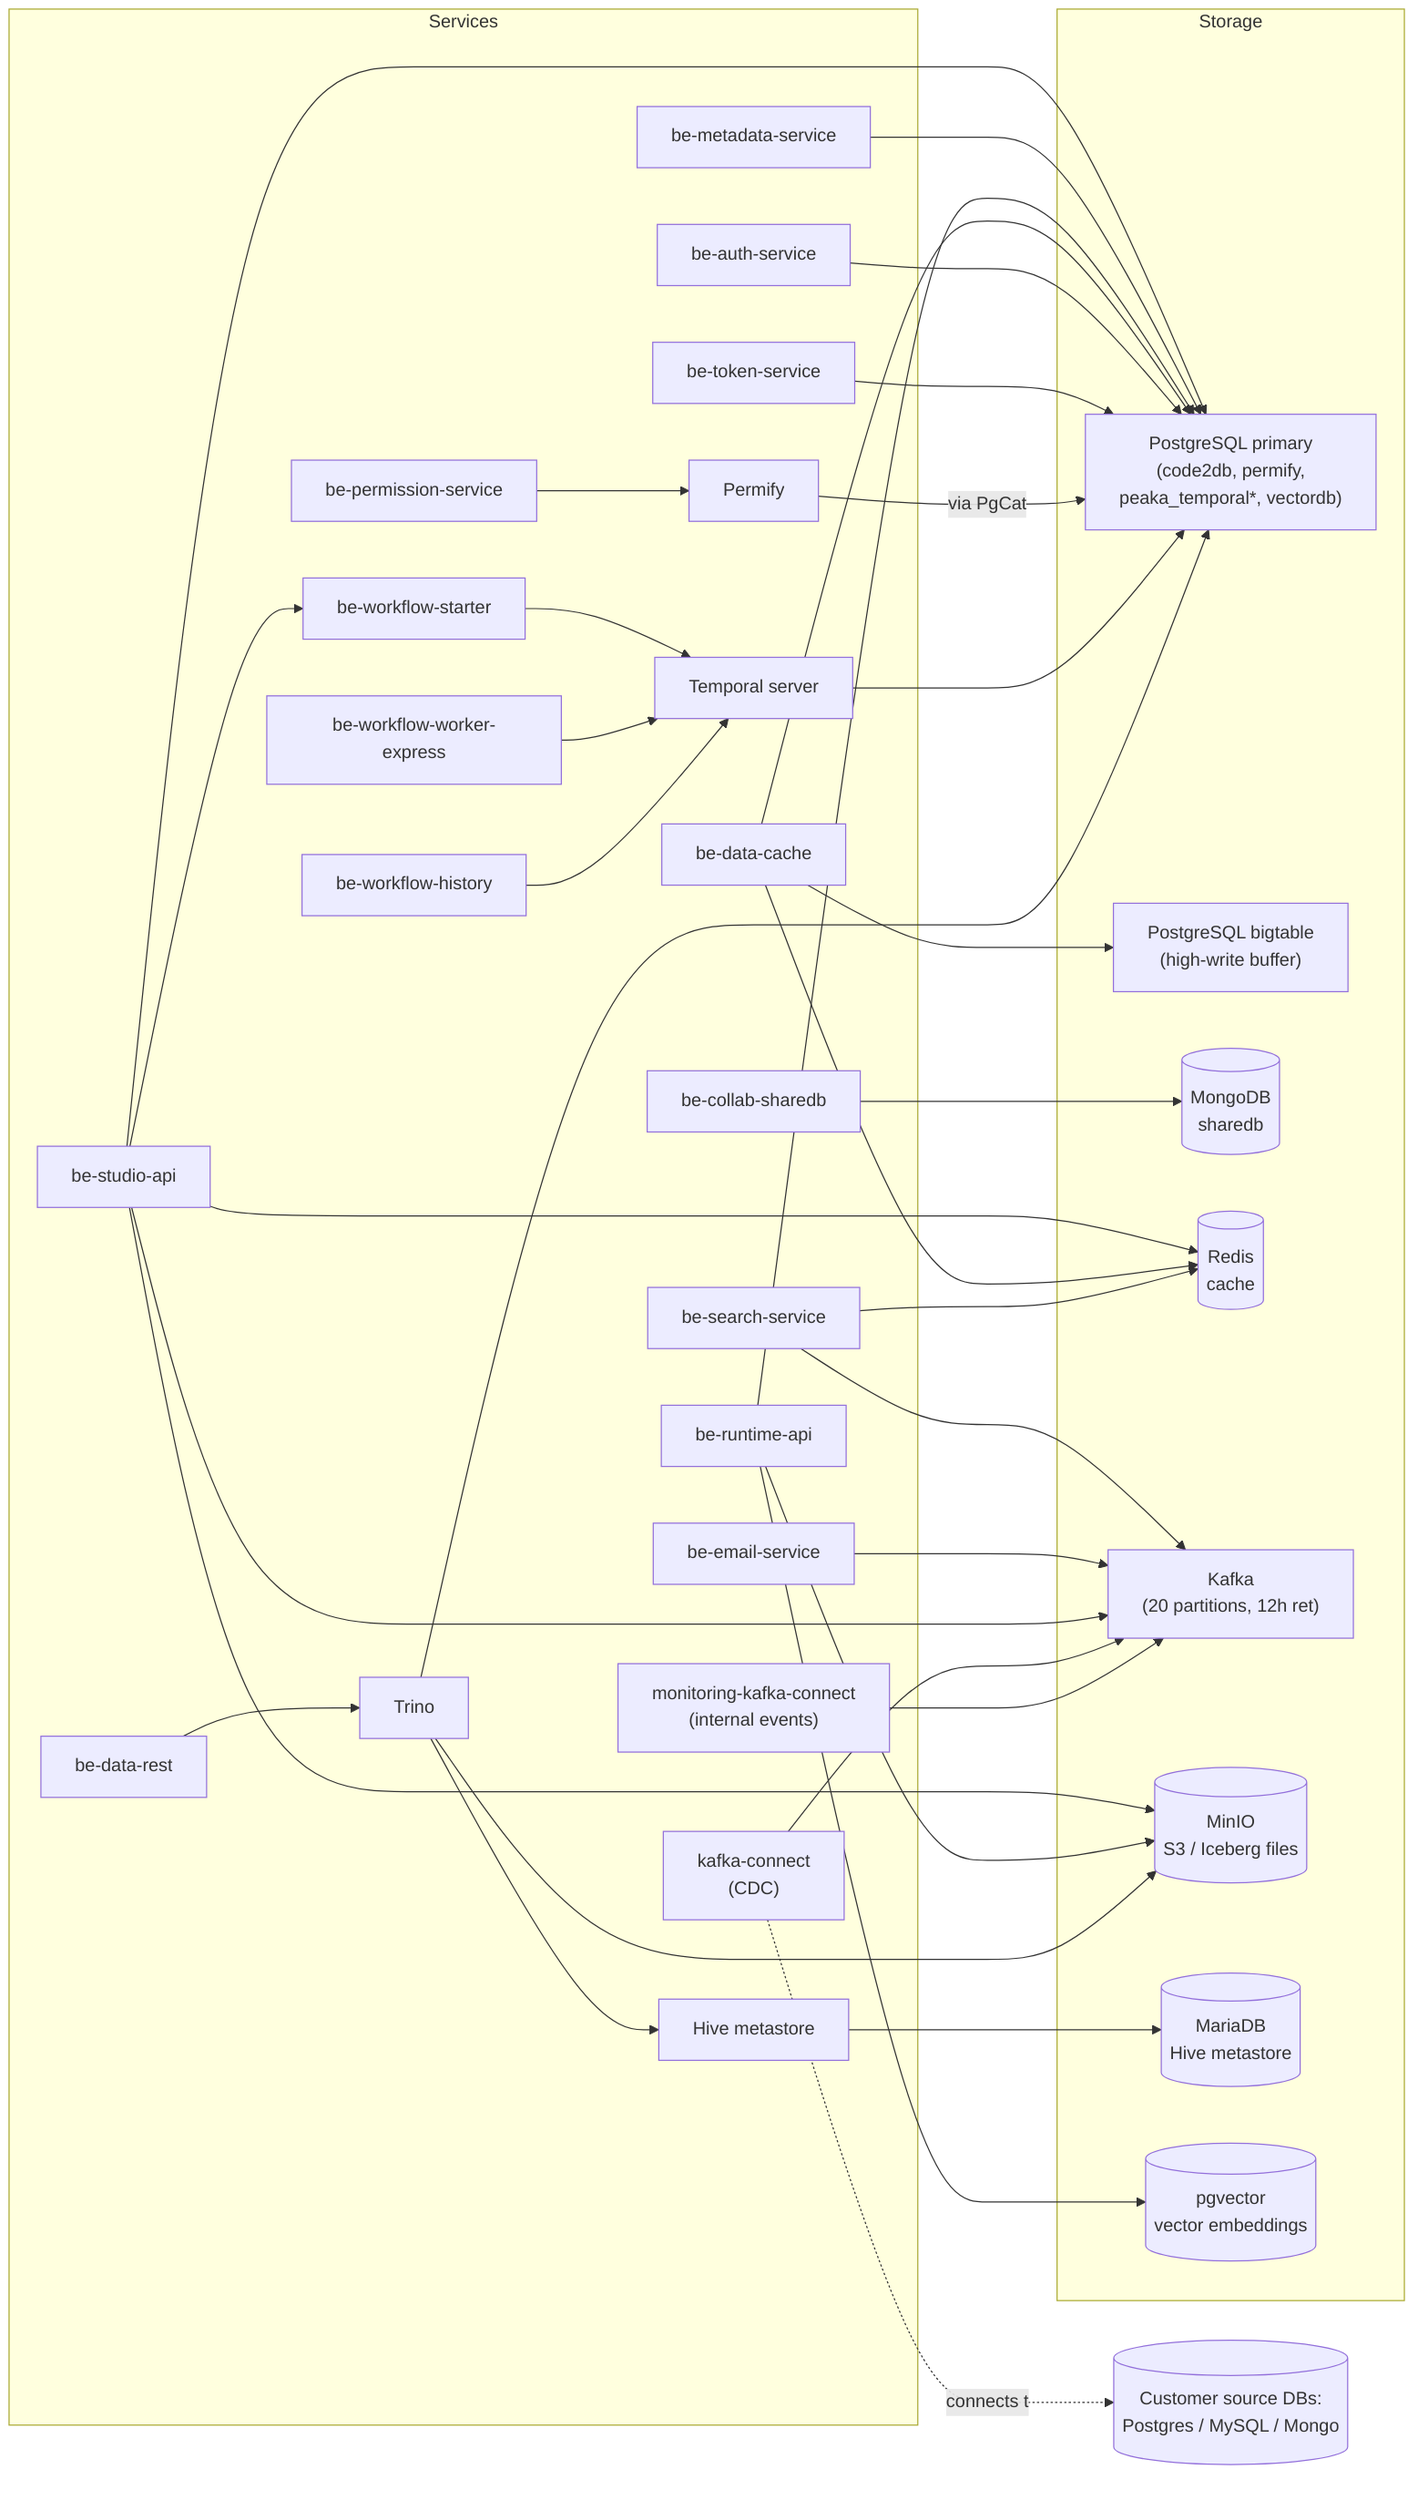
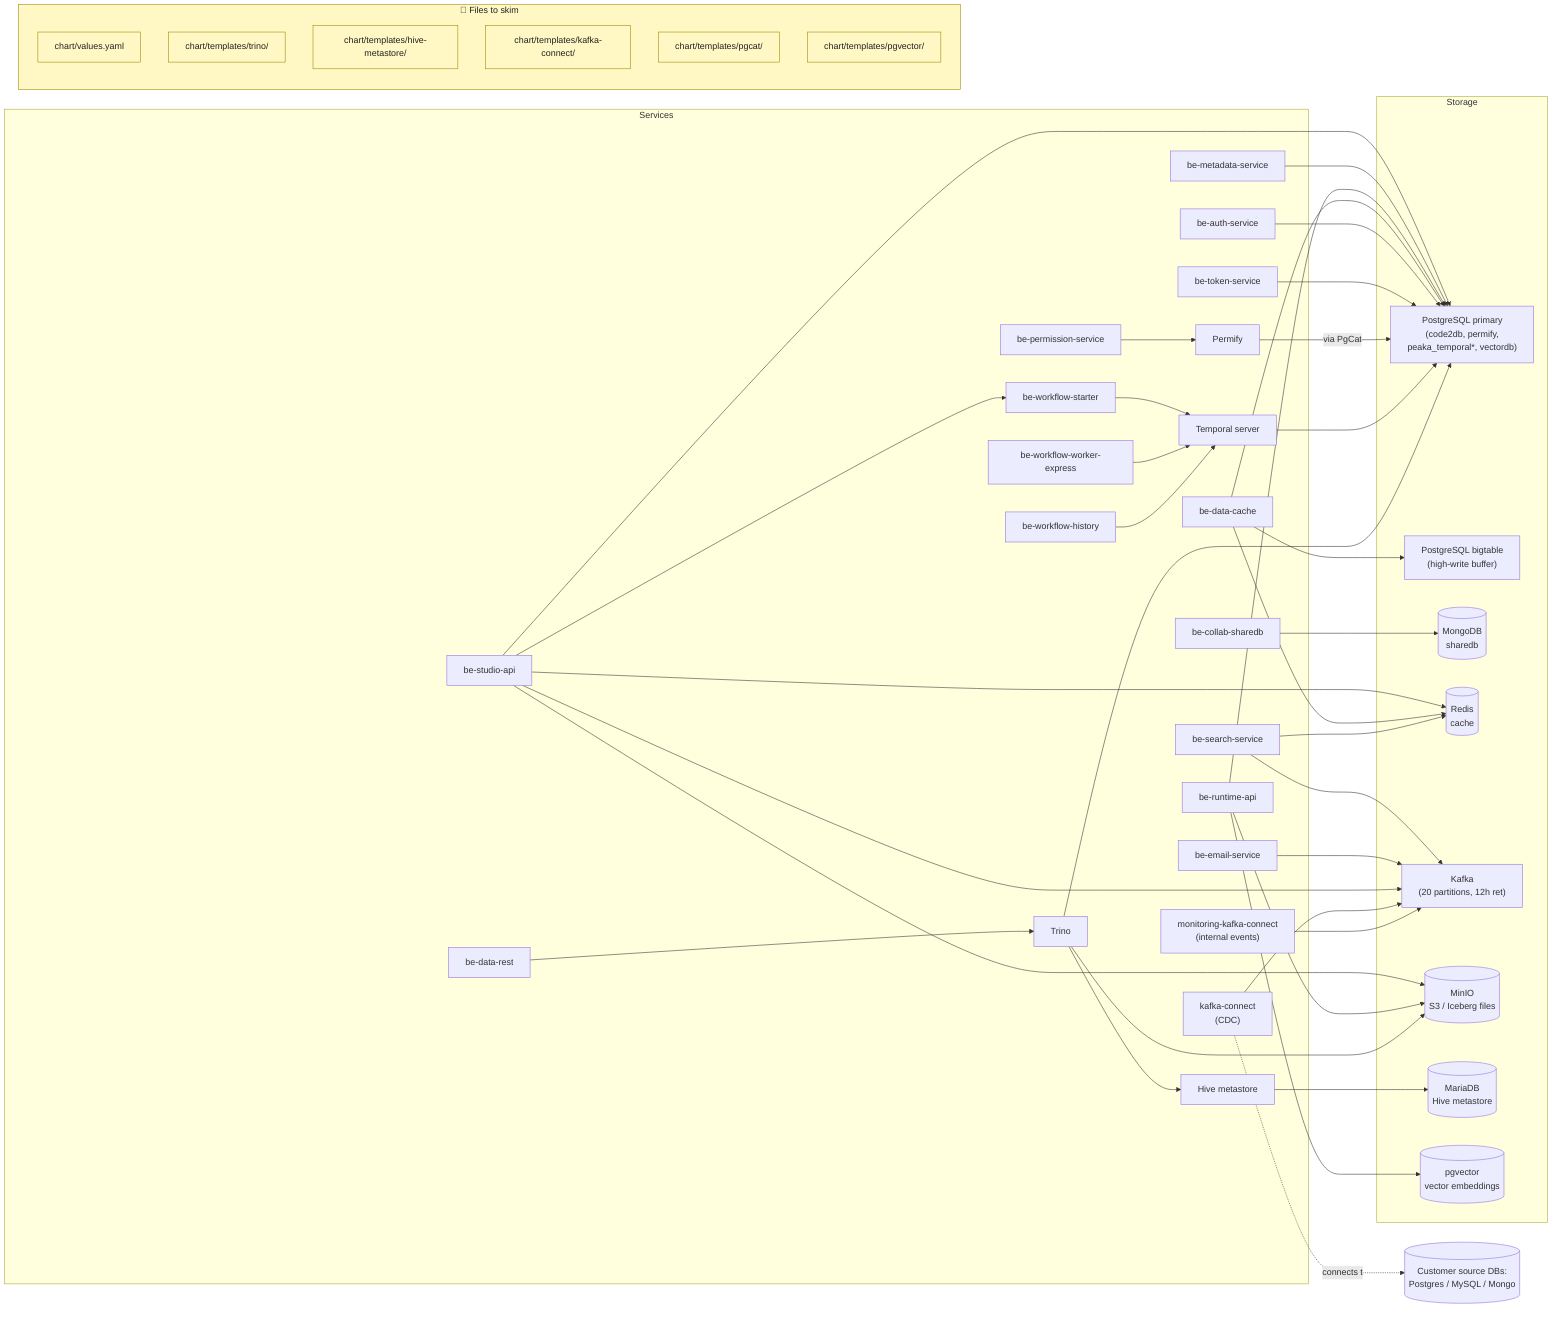
flowchart LR
    subgraph stores["Storage"]
        pg["PostgreSQL primary<br/>(code2db, permify,<br/>peaka_temporal*, vectordb)"]
        pgbig["PostgreSQL bigtable<br/>(high-write buffer)"]
        mongo[("MongoDB<br/>sharedb")]
        redis[("Redis<br/>cache")]
        kafka["Kafka<br/>(20 partitions, 12h ret)"]
        minio[("MinIO<br/>S3 / Iceberg files")]
        mariadb[("MariaDB<br/>Hive metastore")]
        pgvec[("pgvector<br/>vector embeddings")]
    end

    subgraph services["Services"]
        studio[be-studio-api]
        meta[be-metadata-service]
        runtime[be-runtime-api]
        cache[be-data-cache]
        rest[be-data-rest]
        auth[be-auth-service]
        permsvc[be-permission-service]
        permify[Permify]
        sharedb[be-collab-sharedb]
        searchsvc[be-search-service]
        emailsvc[be-email-service]
        tokensvc[be-token-service]
        wf_starter[be-workflow-starter]
        wf_express[be-workflow-worker-express]
        wf_history[be-workflow-history]
        temporal[Temporal server]
        kc1["kafka-connect<br/>(CDC)"]
        kc2["monitoring-kafka-connect<br/>(internal events)"]
        trino[Trino]
        hive[Hive metastore]
    end

    studio --> pg
    studio --> redis
    meta --> pg
    runtime --> pg
    cache --> pg
    cache --> redis
    rest --> trino
    auth --> pg
    tokensvc --> pg
    permsvc --> permify
    permify -->|via PgCat| pg
    sharedb --> mongo
    searchsvc --> redis
    searchsvc --> kafka
    emailsvc --> kafka

    wf_starter --> temporal
    wf_express --> temporal
    wf_history --> temporal
    temporal --> pg

    studio --> kafka
    studio --> wf_starter
    studio --> minio
    runtime --> minio
    cache --> pgbig
    runtime --> pgvec

    kc1 --> kafka
    kc1 -.connects to.-> external_dbs[("Customer source DBs:<br/>Postgres / MySQL / Mongo")]
    kc2 --> kafka

    trino --> hive
    hive --> mariadb
    trino --> minio
    trino --> pg
+ 
+     subgraph Files["📂 Files to skim"]
+         F1[chart/values.yaml]
+         F2[chart/templates/trino/]
+         F3[chart/templates/hive-metastore/]
+         F4[chart/templates/kafka-connect/]
+         F5[chart/templates/pgcat/]
+         F6[chart/templates/pgvector/]
+     end
+     classDef files fill:#fff8c5,stroke:#9a8800,color:#222
+     class Files,F1,F2,F3,F4,F5,F6 files
